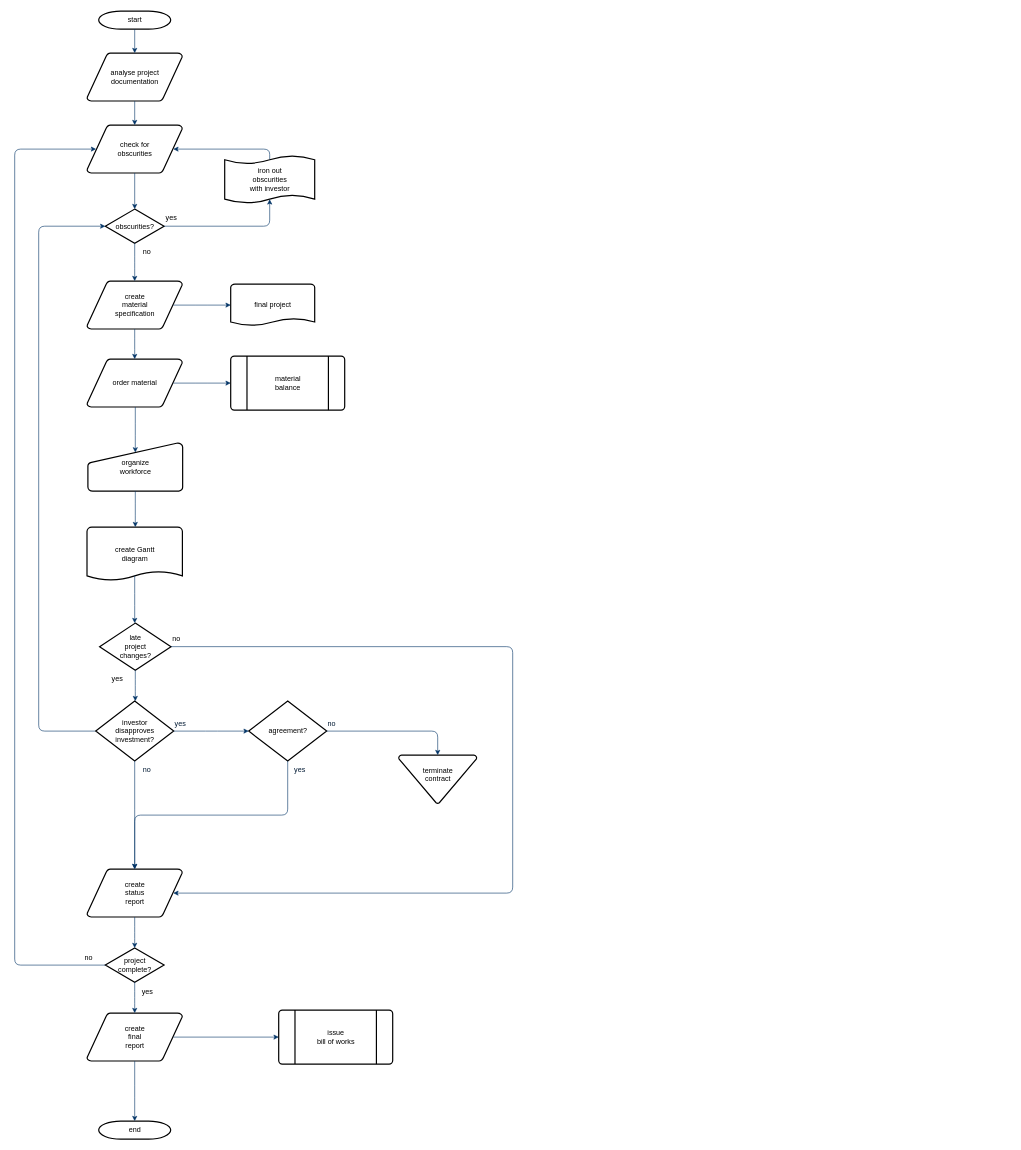
Earlier version of the draw.io diagram 多单位需求计算流程图.drawio (chenqingfa8520/data-drawio). Source tidied: cells renumbered, new cells numbered last; positions are measured from the earlier drawing's top-left corner, leaving out a move shared by most shapes. Both pictures are drawn from the tidied source at 60%, with x=0, y=0 at pixel (14, 11).
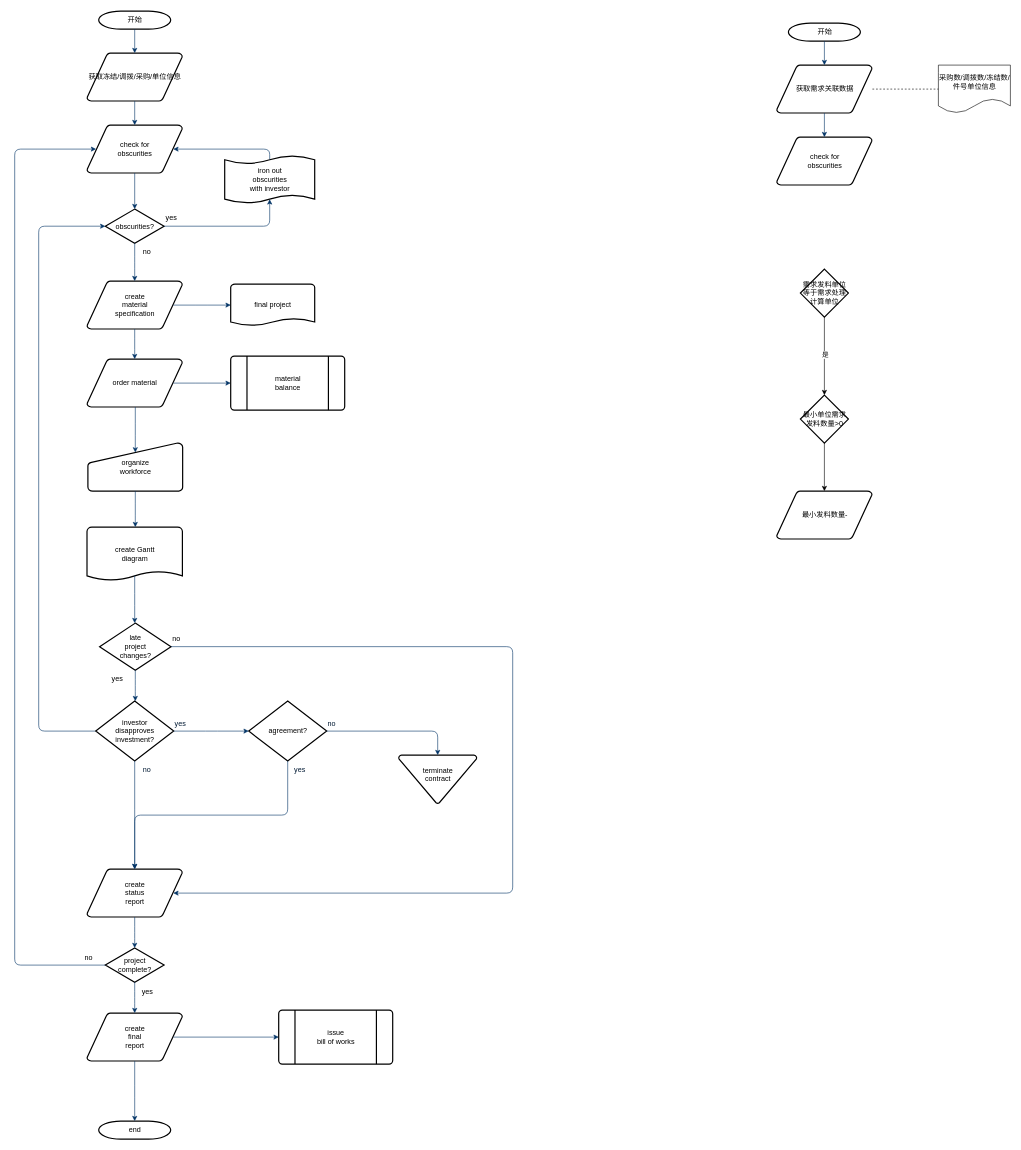
After the change.

Commit message:
更新多单位需求计算流程图.drawio

Diff of the diagram source:
```diff
@@
-    <mxCell id="2" value="start" style="shape=mxgraph.flowchart.terminator;strokeWidth=2;gradientColor=none;gradientDirection=north;fontStyle=0;html=1;" parent="1" vertex="1">
+    <mxCell id="2" value="开始" style="shape=mxgraph.flowchart.terminator;strokeWidth=2;gradientColor=none;gradientDirection=north;fontStyle=0;html=1;" parent="1" vertex="1">
       <mxGeometry x="140" width="120" height="30" as="geometry" />
     </mxCell>
-    <mxCell id="3" value="analyse project&#10; documentation" style="shape=mxgraph.flowchart.data;strokeWidth=2;gradientColor=none;gradientDirection=north;fontStyle=0;html=1;" parent="1" vertex="1">
+    <mxCell id="3" value="获取冻结/调拨/采购/单位信息" style="shape=mxgraph.flowchart.data;strokeWidth=2;gradientColor=none;gradientDirection=north;fontStyle=0;html=1;" parent="1" vertex="1">
       <mxGeometry x="120.5" y="70" width="159" height="80" as="geometry" />
     </mxCell>
@@
+    <mxCell id="56" value="开始" style="shape=mxgraph.flowchart.terminator;strokeWidth=2;gradientColor=none;gradientDirection=north;fontStyle=0;html=1;" parent="1" vertex="1">
+      <mxGeometry x="1289.5" y="20" width="120" height="30" as="geometry" />
+    </mxCell>
+    <mxCell id="57" value="获取需求关联数据" style="shape=mxgraph.flowchart.data;strokeWidth=2;gradientColor=none;gradientDirection=north;fontStyle=0;html=1;align=center;" parent="1" vertex="1">
+      <mxGeometry x="1270" y="90" width="159" height="80" as="geometry" />
+    </mxCell>
+    <mxCell id="58" value="check for&#10;obscurities" style="shape=mxgraph.flowchart.data;strokeWidth=2;gradientColor=none;gradientDirection=north;fontStyle=0;html=1;" parent="1" vertex="1">
+      <mxGeometry x="1270" y="210" width="159" height="80" as="geometry" />
+    </mxCell>
+    <mxCell id="59" style="edgeStyle=orthogonalEdgeStyle;rounded=0;jettySize=auto;html=1;" parent="1" edge="1" source="67" target="66">
+      <mxGeometry relative="1" as="geometry" />
+    </mxCell>
+    <mxCell id="60" value="是" style="edgeLabel;html=1;align=center;verticalAlign=middle;" parent="59" vertex="1">
+      <mxGeometry x="-0.05" y="1" relative="1" as="geometry" />
+    </mxCell>
+    <mxCell id="61" style="fontStyle=1;strokeColor=#003366;strokeWidth=1;html=1;" parent="1" edge="1" source="56" target="57">
+      <mxGeometry relative="1" as="geometry" />
+    </mxCell>
+    <mxCell id="62" style="fontStyle=1;strokeColor=#003366;strokeWidth=1;html=1;" parent="1" edge="1" source="57" target="58">
+      <mxGeometry relative="1" as="geometry" />
+    </mxCell>
+    <mxCell id="63" value="采购数/调拨数/冻结数/件号单位信息" style="shape=document;whiteSpace=wrap;html=1;boundedLbl=1;" parent="1" vertex="1">
+      <mxGeometry x="1539.5" y="90" width="120" height="80" as="geometry" />
+    </mxCell>
+    <mxCell id="64" style="endArrow=none;dashed=1;html=1;rounded=0;entryX=0;entryY=0.5;entryDx=0;entryDy=0;" parent="1" edge="1" target="63">
+      <mxGeometry relative="1" as="geometry">
+        <mxPoint x="1429.5" y="130" as="sourcePoint" />
+      </mxGeometry>
+    </mxCell>
+    <mxCell id="65" style="edgeStyle=orthogonalEdgeStyle;rounded=0;jettySize=auto;html=1;" parent="1" edge="1" source="66" target="68">
+      <mxGeometry relative="1" as="geometry" />
+    </mxCell>
+    <mxCell id="66" value="最小单位需求发料数量&amp;gt;0" style="rhombus;whiteSpace=wrap;html=1;strokeWidth=2;gradientColor=none;gradientDirection=north;fontStyle=0;" parent="1" vertex="1">
+      <mxGeometry x="1309.5" y="640" width="80" height="80" as="geometry" />
+    </mxCell>
+    <mxCell id="67" value="需求发料单位等于需求处理计算单位" style="rhombus;whiteSpace=wrap;html=1;strokeWidth=2;gradientColor=none;gradientDirection=north;fontStyle=0;" parent="1" vertex="1">
+      <mxGeometry x="1309.5" y="430" width="80" height="80" as="geometry" />
+    </mxCell>
+    <mxCell id="68" value="最小发料数量-" style="shape=mxgraph.flowchart.data;strokeWidth=2;gradientColor=none;gradientDirection=north;fontStyle=0;html=1;" parent="1" vertex="1">
+      <mxGeometry x="1270" y="800" width="159" height="80" as="geometry" />
+    </mxCell>
```
